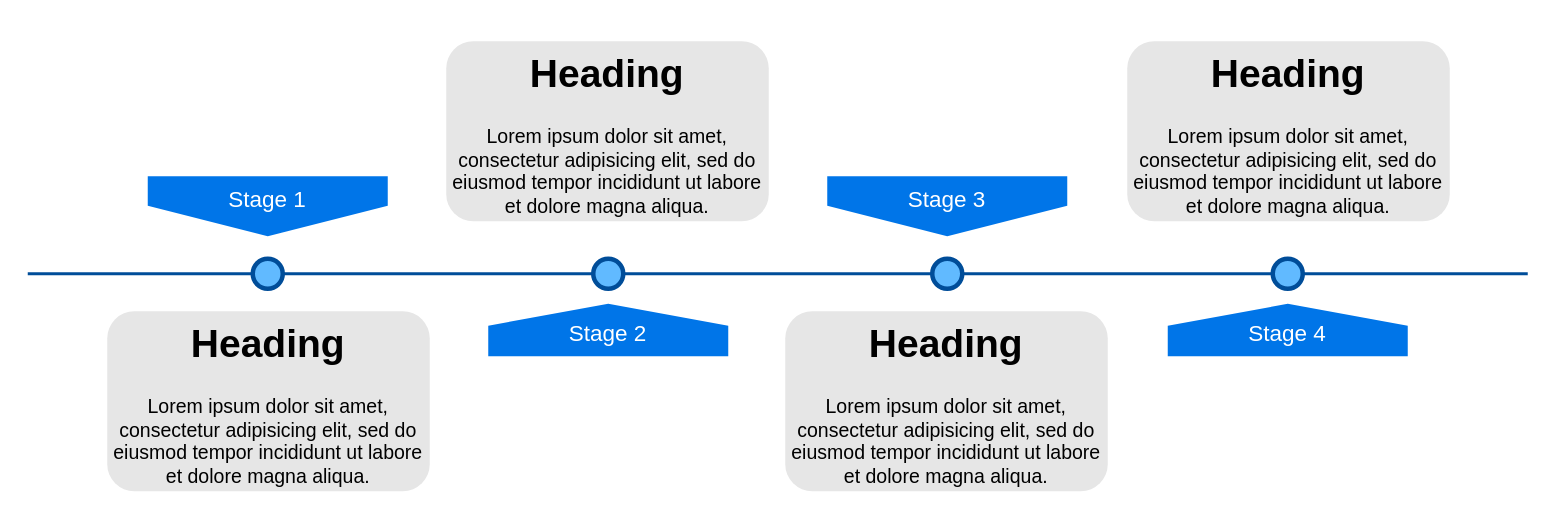
jarisiber/Flow-architecture keeps this draw.io diagram as RestAPIArchitecture/Spring Boot Flow Architecture.drawio. Above is the earlier version. Source tidied: cells renumbered, new cells numbered last; positions are measured from the earlier drawing's top-left corner, leaving out a move shared by most shapes. Both pictures are drawn from the tidied source at 150%, with x=0, y=0 at pixel (27, 40).
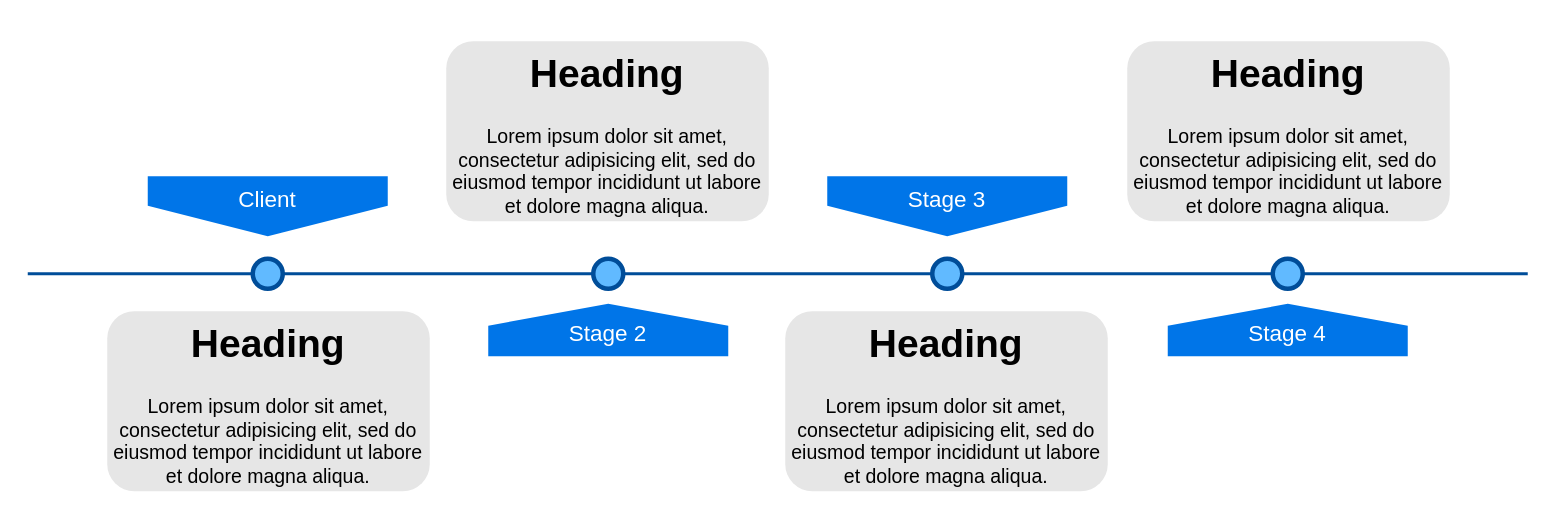
The same diagram, later.

The edit, as a diff of the source:
```diff
@@
 <mxGraphModel>
   <root>
     <mxCell id="0" />
     <mxCell id="1" parent="0" />
     <mxCell id="2" style="line;strokeWidth=2;html=1;fillColor=none;fontSize=28;fontColor=#004D99;strokeColor=#004D99;" parent="1" vertex="1">
       <mxGeometry y="150" width="1000" height="10" as="geometry" />
     </mxCell>
-    <mxCell id="3" value="Stage 1" style="shape=offPageConnector;whiteSpace=wrap;html=1;fillColor=#0075E8;fontSize=15;fontColor=#FFFFFF;size=0.5093750000000015;verticalAlign=top;strokeColor=none;" parent="1" vertex="1">
+    <mxCell id="3" value="Client" style="shape=offPageConnector;whiteSpace=wrap;html=1;fillColor=#0075E8;fontSize=15;fontColor=#FFFFFF;size=0.5093750000000015;verticalAlign=top;strokeColor=none;" parent="1" vertex="1">
       <mxGeometry x="80" y="90" width="160" height="40" as="geometry" />
     </mxCell>
     <mxCell id="4" value="&lt;span&gt;Stage 3&lt;/span&gt;" style="shape=offPageConnector;whiteSpace=wrap;html=1;fillColor=#0075E8;fontSize=15;fontColor=#FFFFFF;size=0.5093750000000015;verticalAlign=top;strokeColor=none;" parent="1" vertex="1">
       <mxGeometry x="533" y="90" width="160" height="40" as="geometry" />
     </mxCell>
     <mxCell id="5" value="&lt;span&gt;Stage 2&lt;/span&gt;" style="shape=offPageConnector;whiteSpace=wrap;html=1;fillColor=#0075E8;fontSize=15;fontColor=#FFFFFF;size=0.4178571428571445;flipV=1;verticalAlign=bottom;strokeColor=none;spacingBottom=4;" parent="1" vertex="1">
       <mxGeometry x="307" y="175" width="160" height="35" as="geometry" />
     </mxCell>
     <mxCell id="6" value="&lt;span&gt;Stage 4&lt;/span&gt;" style="shape=offPageConnector;whiteSpace=wrap;html=1;fillColor=#0075E8;fontSize=15;fontColor=#FFFFFF;size=0.4178571428571445;flipV=1;verticalAlign=bottom;strokeColor=none;spacingBottom=4;" parent="1" vertex="1">
       <mxGeometry x="760" y="175" width="160" height="35" as="geometry" />
     </mxCell>
     <mxCell id="7" style="ellipse;whiteSpace=wrap;html=1;fillColor=#61BAFF;fontSize=28;fontColor=#004D99;strokeWidth=3;strokeColor=#004D99;" parent="1" vertex="1">
       <mxGeometry x="150" y="145" width="20" height="20" as="geometry" />
     </mxCell>
     <mxCell id="8" style="ellipse;whiteSpace=wrap;html=1;fillColor=#61BAFF;fontSize=28;fontColor=#004D99;strokeWidth=3;strokeColor=#004D99;" parent="1" vertex="1">
       <mxGeometry x="377" y="145" width="20" height="20" as="geometry" />
     </mxCell>
     <mxCell id="9" style="ellipse;whiteSpace=wrap;html=1;fillColor=#61BAFF;fontSize=28;fontColor=#004D99;strokeWidth=3;strokeColor=#004D99;" parent="1" vertex="1">
       <mxGeometry x="603" y="145" width="20" height="20" as="geometry" />
     </mxCell>
     <mxCell id="10" style="ellipse;whiteSpace=wrap;html=1;fillColor=#61BAFF;fontSize=28;fontColor=#004D99;strokeWidth=3;strokeColor=#004D99;" parent="1" vertex="1">
       <mxGeometry x="830" y="145" width="20" height="20" as="geometry" />
     </mxCell>
     <mxCell id="11" value="&lt;h1&gt;Heading&lt;/h1&gt;&lt;p&gt;Lorem ipsum dolor sit amet, consectetur adipisicing elit, sed do eiusmod tempor incididunt ut labore et dolore magna aliqua.&lt;/p&gt;" style="text;html=1;spacing=5;spacingTop=-20;whiteSpace=wrap;overflow=hidden;strokeColor=none;strokeWidth=3;fillColor=#E6E6E6;fontSize=13;fontColor=#000000;align=center;rounded=1;" parent="1" vertex="1">
       <mxGeometry x="53" y="180" width="215" height="120" as="geometry" />
     </mxCell>
     <mxCell id="12" value="&lt;h1&gt;Heading&lt;/h1&gt;&lt;p&gt;Lorem ipsum dolor sit amet, consectetur adipisicing elit, sed do eiusmod tempor incididunt ut labore et dolore magna aliqua.&lt;/p&gt;" style="text;html=1;spacing=5;spacingTop=-20;whiteSpace=wrap;overflow=hidden;strokeColor=none;strokeWidth=3;fillColor=#E6E6E6;fontSize=13;fontColor=#000000;align=center;rounded=1;" parent="1" vertex="1">
       <mxGeometry x="279" width="215" height="120" as="geometry" />
     </mxCell>
     <mxCell id="13" value="&lt;h1&gt;Heading&lt;/h1&gt;&lt;p&gt;Lorem ipsum dolor sit amet, consectetur adipisicing elit, sed do eiusmod tempor incididunt ut labore et dolore magna aliqua.&lt;/p&gt;" style="text;html=1;spacing=5;spacingTop=-20;whiteSpace=wrap;overflow=hidden;strokeColor=none;strokeWidth=3;fillColor=#E6E6E6;fontSize=13;fontColor=#000000;align=center;rounded=1;" parent="1" vertex="1">
       <mxGeometry x="505" y="180" width="215" height="120" as="geometry" />
     </mxCell>
     <mxCell id="14" value="&lt;h1&gt;Heading&lt;/h1&gt;&lt;p&gt;Lorem ipsum dolor sit amet, consectetur adipisicing elit, sed do eiusmod tempor incididunt ut labore et dolore magna aliqua.&lt;/p&gt;" style="text;html=1;spacing=5;spacingTop=-20;whiteSpace=wrap;overflow=hidden;strokeColor=none;strokeWidth=3;fillColor=#E6E6E6;fontSize=13;fontColor=#000000;align=center;rounded=1;" parent="1" vertex="1">
       <mxGeometry x="733" width="215" height="120" as="geometry" />
     </mxCell>
   </root>
 </mxGraphModel>
```
